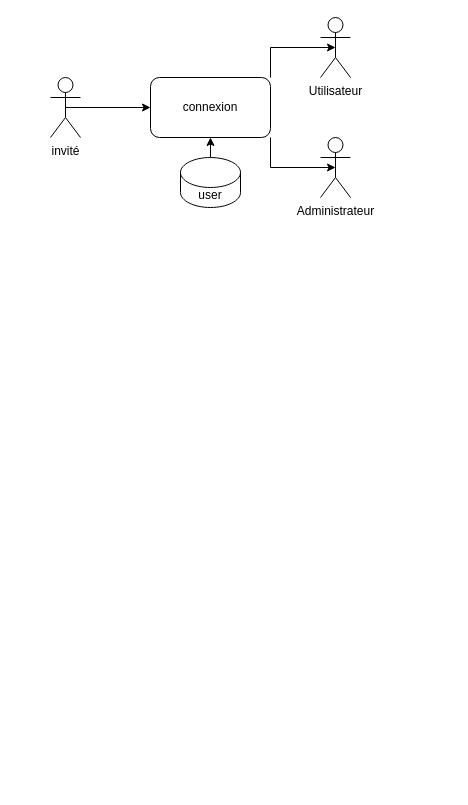
Above: spring-livrai/Diagramme sans nom.drawio in TangiLC/OC-P8_Livrai (draw.io), before the change. Source tidied: cells renumbered, new cells numbered last; positions are measured from the earlier drawing's top-left corner, leaving out a move shared by most shapes. Both pictures are drawn from the tidied source at 100%, with x=0, y=0 at pixel (50, 17).
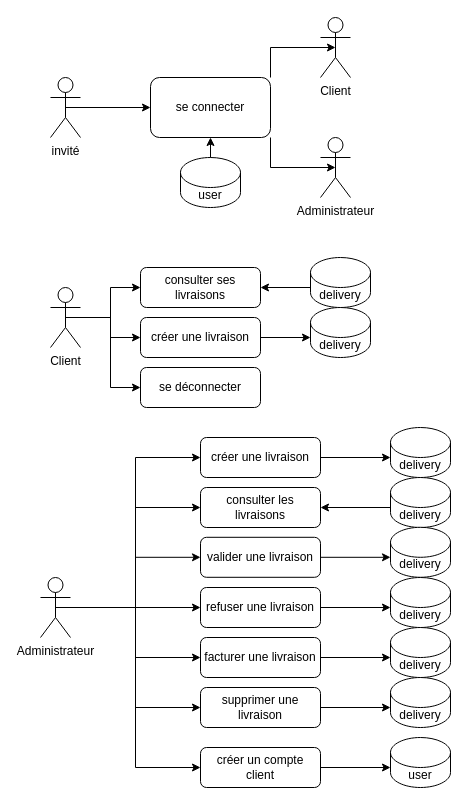
After the change.

The change refers to these unchanged cells:
```xml
<mxCell id="6" value="&lt;div&gt;user&lt;/div&gt;" style="shape=cylinder3;whiteSpace=wrap;html=1;boundedLbl=1;backgroundOutline=1;size=15;" parent="1" vertex="1">
  <mxGeometry x="130" y="140" width="60" height="50" as="geometry" />
</mxCell>
```

What changed in the source:
```diff
@@
-    <mxCell id="4" value="connexion" style="rounded=1;whiteSpace=wrap;html=1;" parent="1" vertex="1">
+    <mxCell id="4" value="se connecter" style="rounded=1;whiteSpace=wrap;html=1;" parent="1" vertex="1">
       <mxGeometry x="100" y="60" width="120" height="60" as="geometry" />
     </mxCell>
-    <mxCell id="5" style="edgeStyle=orthogonalEdgeStyle;rounded=0;jettySize=auto;html=1;exitX=0.5;exitY=0;exitDx=0;exitDy=0;exitPerimeter=0;entryX=0.5;entryY=1;entryDx=0;entryDy=0;" parent="1" edge="1" source="6" target="4">
-      <mxGeometry relative="1" as="geometry" />
-    </mxCell>
@@
-    <mxCell id="8" value="Utilisateur" style="shape=umlActor;verticalLabelPosition=bottom;verticalAlign=top;html=1;outlineConnect=0;" parent="1" vertex="1">
+    <mxCell id="8" value="&lt;div&gt;Client&lt;/div&gt;&lt;div&gt;&lt;br&gt;&lt;/div&gt;" style="shape=umlActor;verticalLabelPosition=bottom;verticalAlign=top;html=1;outlineConnect=0;" parent="1" vertex="1">
       <mxGeometry x="270" width="30" height="60" as="geometry" />
     </mxCell>
@@
+    <mxCell id="11" style="edgeStyle=orthogonalEdgeStyle;rounded=0;jettySize=auto;html=1;exitX=0.5;exitY=0.5;exitDx=0;exitDy=0;exitPerimeter=0;entryX=0;entryY=0.5;entryDx=0;entryDy=0;" parent="1" edge="1" source="12" target="13">
+      <mxGeometry relative="1" as="geometry" />
+    </mxCell>
+    <mxCell id="12" value="&lt;div&gt;Administrateur&lt;/div&gt;&lt;div&gt;&lt;br&gt;&lt;/div&gt;" style="shape=umlActor;verticalLabelPosition=bottom;verticalAlign=top;html=1;outlineConnect=0;" parent="1" vertex="1">
+      <mxGeometry x="-10" y="560" width="30" height="60" as="geometry" />
+    </mxCell>
+    <mxCell id="13" value="consulter les livraisons" style="rounded=1;whiteSpace=wrap;html=1;" parent="1" vertex="1">
+      <mxGeometry x="150" y="470" width="120" height="40" as="geometry" />
+    </mxCell>
+    <mxCell id="14" value="&lt;div&gt;delivery&lt;/div&gt;" style="shape=cylinder3;whiteSpace=wrap;html=1;boundedLbl=1;backgroundOutline=1;size=15;" parent="1" vertex="1">
+      <mxGeometry x="340" y="460" width="60" height="50" as="geometry" />
+    </mxCell>
+    <mxCell id="15" style="edgeStyle=orthogonalEdgeStyle;rounded=0;jettySize=auto;html=1;exitX=0.5;exitY=0.5;exitDx=0;exitDy=0;exitPerimeter=0;entryX=0;entryY=0.5;entryDx=0;entryDy=0;" parent="1" edge="1" source="12" target="16">
+      <mxGeometry relative="1" as="geometry" />
+    </mxCell>
+    <mxCell id="16" value="valider une livraison" style="rounded=1;whiteSpace=wrap;html=1;" parent="1" vertex="1">
+      <mxGeometry x="150" y="519.8" width="120" height="40" as="geometry" />
+    </mxCell>
+    <mxCell id="17" style="edgeStyle=orthogonalEdgeStyle;rounded=0;jettySize=auto;html=1;exitX=0.5;exitY=0.5;exitDx=0;exitDy=0;exitPerimeter=0;entryX=0;entryY=0.5;entryDx=0;entryDy=0;" parent="1" edge="1" source="12" target="18">
+      <mxGeometry relative="1" as="geometry" />
+    </mxCell>
+    <mxCell id="18" value="refuser une livraison" style="rounded=1;whiteSpace=wrap;html=1;" parent="1" vertex="1">
+      <mxGeometry x="150" y="570" width="120" height="40" as="geometry" />
+    </mxCell>
+    <mxCell id="19" style="edgeStyle=orthogonalEdgeStyle;rounded=0;jettySize=auto;html=1;exitX=0.5;exitY=0.5;exitDx=0;exitDy=0;exitPerimeter=0;entryX=0;entryY=0.5;entryDx=0;entryDy=0;" parent="1" edge="1" source="12" target="20">
+      <mxGeometry relative="1" as="geometry" />
+    </mxCell>
+    <mxCell id="20" value="facturer une livraison" style="rounded=1;whiteSpace=wrap;html=1;" parent="1" vertex="1">
+      <mxGeometry x="150" y="620" width="120" height="40" as="geometry" />
+    </mxCell>
+    <mxCell id="21" style="edgeStyle=orthogonalEdgeStyle;rounded=0;jettySize=auto;html=1;exitX=0.5;exitY=0.5;exitDx=0;exitDy=0;exitPerimeter=0;entryX=0;entryY=0.5;entryDx=0;entryDy=0;" parent="1" edge="1" source="12" target="22">
+      <mxGeometry relative="1" as="geometry" />
+    </mxCell>
+    <mxCell id="22" value="supprimer une livraison" style="rounded=1;whiteSpace=wrap;html=1;" parent="1" vertex="1">
+      <mxGeometry x="150" y="670" width="120" height="40" as="geometry" />
+    </mxCell>
+    <mxCell id="23" style="edgeStyle=orthogonalEdgeStyle;rounded=0;jettySize=auto;html=1;exitX=1;exitY=0.5;exitDx=0;exitDy=0;entryX=0;entryY=0;entryDx=0;entryDy=30;entryPerimeter=0;startArrow=classic;startFill=1;endArrow=none;" parent="1" edge="1" source="13" target="14">
+      <mxGeometry relative="1" as="geometry" />
+    </mxCell>
+    <mxCell id="24" style="edgeStyle=orthogonalEdgeStyle;rounded=0;jettySize=auto;html=1;exitX=0.5;exitY=1;exitDx=0;exitDy=0;entryX=0.5;entryY=0;entryDx=0;entryDy=0;entryPerimeter=0;startArrow=classic;startFill=1;endArrow=none;" parent="1" edge="1" source="4" target="6">
+      <mxGeometry relative="1" as="geometry" />
+    </mxCell>
+    <mxCell id="25" style="edgeStyle=orthogonalEdgeStyle;rounded=0;jettySize=auto;html=1;exitX=0.5;exitY=0.5;exitDx=0;exitDy=0;exitPerimeter=0;entryX=0;entryY=0.5;entryDx=0;entryDy=0;" parent="1" edge="1" source="12" target="26">
+      <mxGeometry relative="1" as="geometry" />
+    </mxCell>
+    <mxCell id="26" value="&lt;div&gt;créer un compte client&lt;/div&gt;" style="rounded=1;whiteSpace=wrap;html=1;" parent="1" vertex="1">
+      <mxGeometry x="150" y="730" width="120" height="40" as="geometry" />
+    </mxCell>
+    <mxCell id="27" value="&lt;div&gt;delivery&lt;/div&gt;" style="shape=cylinder3;whiteSpace=wrap;html=1;boundedLbl=1;backgroundOutline=1;size=15;" parent="1" vertex="1">
+      <mxGeometry x="340" y="509.8" width="60" height="50" as="geometry" />
+    </mxCell>
+    <mxCell id="28" style="edgeStyle=orthogonalEdgeStyle;rounded=0;jettySize=auto;html=1;exitX=1;exitY=0.5;exitDx=0;exitDy=0;entryX=0;entryY=0;entryDx=0;entryDy=30;entryPerimeter=0;startArrow=none;startFill=0;endArrow=classic;endFill=1;" parent="1" edge="1" source="16" target="27">
+      <mxGeometry relative="1" as="geometry" />
+    </mxCell>
+    <mxCell id="29" value="&lt;div&gt;delivery&lt;/div&gt;" style="shape=cylinder3;whiteSpace=wrap;html=1;boundedLbl=1;backgroundOutline=1;size=15;" parent="1" vertex="1">
+      <mxGeometry x="340" y="560" width="60" height="50" as="geometry" />
+    </mxCell>
+    <mxCell id="30" style="edgeStyle=orthogonalEdgeStyle;rounded=0;jettySize=auto;html=1;exitX=1;exitY=0.5;exitDx=0;exitDy=0;entryX=0;entryY=0;entryDx=0;entryDy=30;entryPerimeter=0;startArrow=none;startFill=0;endArrow=classic;endFill=1;" parent="1" edge="1" source="18" target="29">
+      <mxGeometry relative="1" as="geometry" />
+    </mxCell>
+    <mxCell id="31" value="&lt;div&gt;delivery&lt;/div&gt;" style="shape=cylinder3;whiteSpace=wrap;html=1;boundedLbl=1;backgroundOutline=1;size=15;" parent="1" vertex="1">
+      <mxGeometry x="340" y="610" width="60" height="50" as="geometry" />
+    </mxCell>
+    <mxCell id="32" style="edgeStyle=orthogonalEdgeStyle;rounded=0;jettySize=auto;html=1;entryX=0;entryY=0;entryDx=0;entryDy=30;entryPerimeter=0;startArrow=none;startFill=0;endArrow=classic;endFill=1;exitX=1;exitY=0.5;exitDx=0;exitDy=0;" parent="1" edge="1" source="20" target="31">
+      <mxGeometry relative="1" as="geometry" />
+    </mxCell>
+    <mxCell id="33" value="&lt;div&gt;delivery&lt;/div&gt;" style="shape=cylinder3;whiteSpace=wrap;html=1;boundedLbl=1;backgroundOutline=1;size=15;" parent="1" vertex="1">
+      <mxGeometry x="340" y="660" width="60" height="50" as="geometry" />
+    </mxCell>
+    <mxCell id="34" style="edgeStyle=orthogonalEdgeStyle;rounded=0;jettySize=auto;html=1;entryX=0;entryY=0;entryDx=0;entryDy=30;entryPerimeter=0;startArrow=none;startFill=0;endArrow=classic;endFill=1;exitX=1;exitY=0.5;exitDx=0;exitDy=0;" parent="1" edge="1" source="22" target="33">
+      <mxGeometry relative="1" as="geometry" />
+    </mxCell>
+    <mxCell id="35" value="user" style="shape=cylinder3;whiteSpace=wrap;html=1;boundedLbl=1;backgroundOutline=1;size=15;" parent="1" vertex="1">
+      <mxGeometry x="340" y="720" width="60" height="50" as="geometry" />
+    </mxCell>
+    <mxCell id="36" style="edgeStyle=orthogonalEdgeStyle;rounded=0;jettySize=auto;html=1;entryX=0;entryY=0;entryDx=0;entryDy=30;entryPerimeter=0;startArrow=none;startFill=0;endArrow=classic;endFill=1;exitX=1;exitY=0.5;exitDx=0;exitDy=0;" parent="1" edge="1" source="26" target="35">
+      <mxGeometry relative="1" as="geometry" />
+    </mxCell>
+    <mxCell id="37" style="edgeStyle=orthogonalEdgeStyle;rounded=0;jettySize=auto;html=1;exitX=0.5;exitY=0.5;exitDx=0;exitDy=0;exitPerimeter=0;entryX=0;entryY=0.5;entryDx=0;entryDy=0;" parent="1" edge="1" source="38" target="39">
+      <mxGeometry relative="1" as="geometry" />
+    </mxCell>
+    <mxCell id="38" value="&lt;div&gt;Client&lt;/div&gt;" style="shape=umlActor;verticalLabelPosition=bottom;verticalAlign=top;html=1;outlineConnect=0;" parent="1" vertex="1">
+      <mxGeometry y="270" width="30" height="60" as="geometry" />
+    </mxCell>
+    <mxCell id="39" value="consulter ses livraisons" style="rounded=1;whiteSpace=wrap;html=1;" parent="1" vertex="1">
+      <mxGeometry x="90" y="250" width="120" height="40" as="geometry" />
+    </mxCell>
+    <mxCell id="40" value="&lt;div&gt;delivery&lt;/div&gt;" style="shape=cylinder3;whiteSpace=wrap;html=1;boundedLbl=1;backgroundOutline=1;size=15;" parent="1" vertex="1">
+      <mxGeometry x="260" y="240" width="60" height="50" as="geometry" />
+    </mxCell>
+    <mxCell id="41" style="edgeStyle=orthogonalEdgeStyle;rounded=0;jettySize=auto;html=1;exitX=1;exitY=0.5;exitDx=0;exitDy=0;entryX=0;entryY=0;entryDx=0;entryDy=30;entryPerimeter=0;startArrow=classic;startFill=1;endArrow=none;" parent="1" edge="1" source="39" target="40">
+      <mxGeometry relative="1" as="geometry" />
+    </mxCell>
+    <mxCell id="42" style="edgeStyle=orthogonalEdgeStyle;rounded=0;jettySize=auto;html=1;exitX=0.5;exitY=0.5;exitDx=0;exitDy=0;exitPerimeter=0;entryX=0;entryY=0.5;entryDx=0;entryDy=0;" parent="1" edge="1" source="38" target="43">
+      <mxGeometry relative="1" as="geometry" />
+    </mxCell>
+    <mxCell id="43" value="&lt;div&gt;se déconnecter&lt;/div&gt;" style="rounded=1;whiteSpace=wrap;html=1;" parent="1" vertex="1">
+      <mxGeometry x="90" y="350" width="120" height="40" as="geometry" />
+    </mxCell>
+    <mxCell id="44" style="edgeStyle=orthogonalEdgeStyle;rounded=0;jettySize=auto;html=1;exitX=0.5;exitY=0.5;exitDx=0;exitDy=0;exitPerimeter=0;entryX=0;entryY=0.5;entryDx=0;entryDy=0;" parent="1" edge="1" source="38" target="45">
+      <mxGeometry relative="1" as="geometry" />
+    </mxCell>
+    <mxCell id="45" value="créer une livraison" style="rounded=1;whiteSpace=wrap;html=1;" parent="1" vertex="1">
+      <mxGeometry x="90" y="300" width="120" height="40" as="geometry" />
+    </mxCell>
+    <mxCell id="46" value="&lt;div&gt;delivery&lt;/div&gt;" style="shape=cylinder3;whiteSpace=wrap;html=1;boundedLbl=1;backgroundOutline=1;size=15;" parent="1" vertex="1">
+      <mxGeometry x="260" y="290" width="60" height="50" as="geometry" />
+    </mxCell>
+    <mxCell id="47" style="edgeStyle=orthogonalEdgeStyle;rounded=0;jettySize=auto;html=1;exitX=1;exitY=0.5;exitDx=0;exitDy=0;entryX=0;entryY=0;entryDx=0;entryDy=30;entryPerimeter=0;startArrow=none;startFill=0;endArrow=classic;endFill=1;" parent="1" edge="1" source="45" target="46">
+      <mxGeometry relative="1" as="geometry" />
+    </mxCell>
+    <mxCell id="48" style="edgeStyle=orthogonalEdgeStyle;rounded=0;jettySize=auto;html=1;exitX=0.5;exitY=0.5;exitDx=0;exitDy=0;exitPerimeter=0;entryX=0;entryY=0.5;entryDx=0;entryDy=0;" parent="1" edge="1" source="12" target="49">
+      <mxGeometry relative="1" as="geometry" />
+    </mxCell>
+    <mxCell id="49" value="créer une livraison" style="rounded=1;whiteSpace=wrap;html=1;" parent="1" vertex="1">
+      <mxGeometry x="150" y="420" width="120" height="40" as="geometry" />
+    </mxCell>
+    <mxCell id="50" value="&lt;div&gt;delivery&lt;/div&gt;" style="shape=cylinder3;whiteSpace=wrap;html=1;boundedLbl=1;backgroundOutline=1;size=15;" parent="1" vertex="1">
+      <mxGeometry x="340" y="410" width="60" height="50" as="geometry" />
+    </mxCell>
+    <mxCell id="51" style="edgeStyle=orthogonalEdgeStyle;rounded=0;jettySize=auto;html=1;exitX=1;exitY=0.5;exitDx=0;exitDy=0;entryX=0;entryY=0;entryDx=0;entryDy=30;entryPerimeter=0;startArrow=none;startFill=0;endArrow=classic;endFill=1;" parent="1" edge="1" source="49" target="50">
+      <mxGeometry relative="1" as="geometry" />
+    </mxCell>
```
